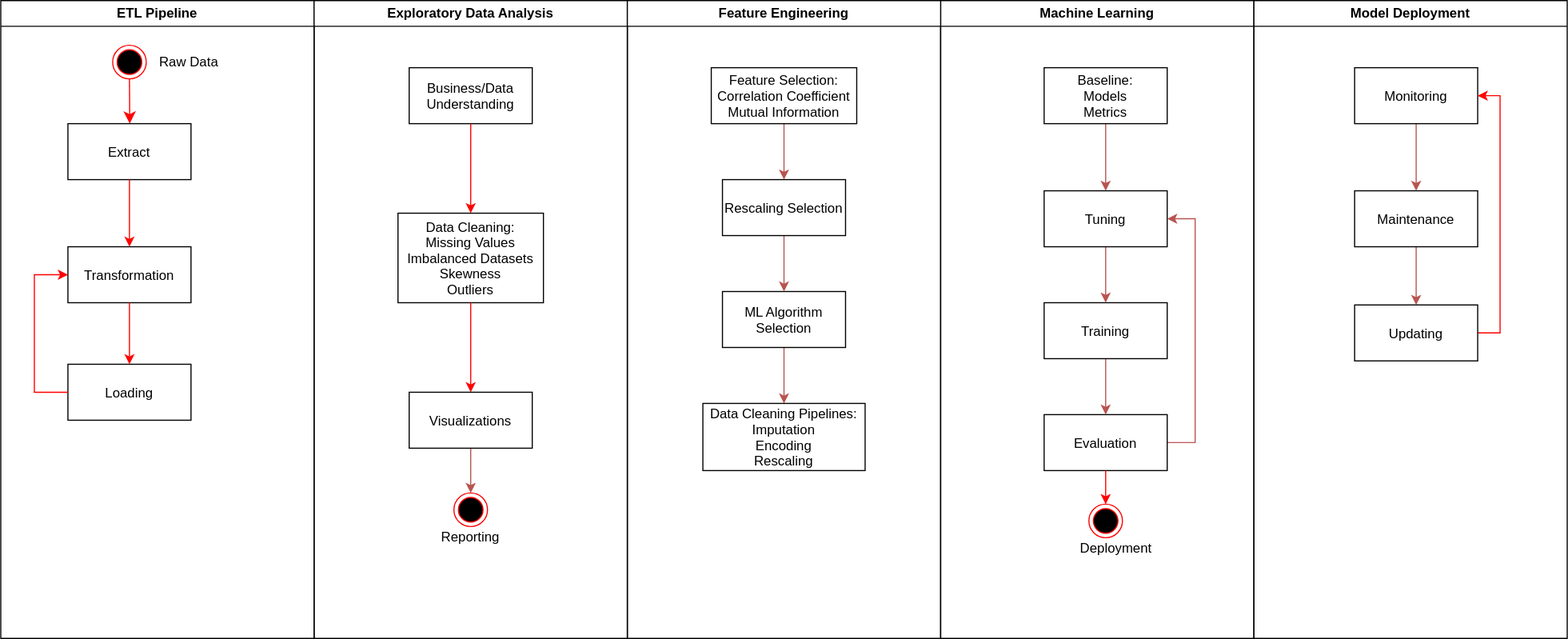
Earlier version of the draw.io export general_machine_learning.svg (ZacksAmber/Flowcharts). Source tidied: cells renumbered, new cells last; positions are measured from the earlier drawing's top-left corner, leaving out a move shared by most shapes.
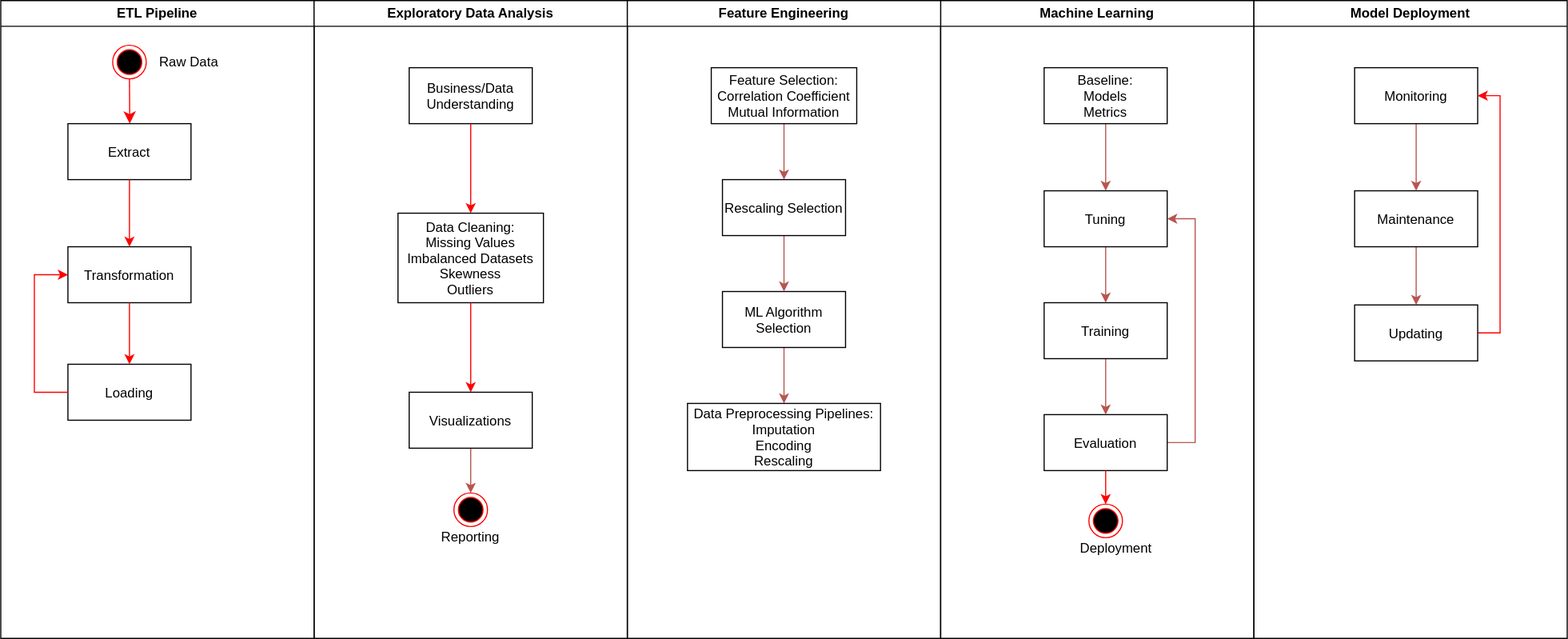
The same file after the commit.

Change to the diagram source:
```diff
@@ -120,8 +120,8 @@
     <mxCell id="36" value="ML Algorithm&#10;Selection" parent="34" vertex="1">
       <mxGeometry x="85" y="260" width="110" height="50" as="geometry" />
     </mxCell>
-    <mxCell id="37" value="Data Cleaning Pipelines:&#10;Imputation&#10;Encoding&#10;Rescaling" style="align=center;" parent="34" vertex="1">
-      <mxGeometry x="67.5" y="360" width="145" height="60" as="geometry" />
+    <mxCell id="37" value="Data Preprocessing Pipelines:&#10;Imputation&#10;Encoding&#10;Rescaling" style="align=center;" parent="34" vertex="1">
+      <mxGeometry x="53.8" y="360" width="172.5" height="60" as="geometry" />
     </mxCell>
     <mxCell id="38" style="edgeStyle=orthogonalEdgeStyle;rounded=0;jettySize=auto;html=1;strokeColor=#B85450;" parent="34" edge="1" source="39" target="41">
       <mxGeometry relative="1" as="geometry" />
```
